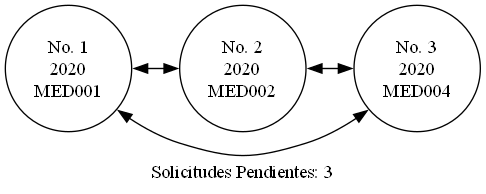
The Graphviz diagram Proyecto1/reporte_solicitudes.png in AndhreGE/EDD_1S2026_PY_202202055, before a commit. Its source is kept beside it as Proyecto1/reporte_solicitudes.dot.
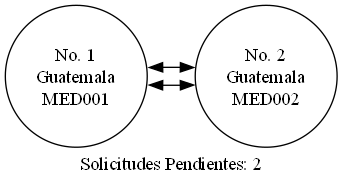
After the commit.

The edit, as a diff of the source:
```diff
@@ -1,11 +1,9 @@
 digraph G {
   rankdir=LR;
   node [shape=circle];
-  label="Solicitudes Pendientes: 3";
-  sol0 [label="No. 1\n2020\nMED001"];
+  label="Solicitudes Pendientes: 2";
+  sol0 [label="No. 1\nGuatemala\nMED001"];
   sol0 -> sol1 [dir=both];
-  sol1 [label="No. 2\n2020\nMED002"];
-  sol1 -> sol2 [dir=both];
-  sol2 [label="No. 3\n2020\nMED004"];
-  sol2 -> sol0 [dir=both, constraint=false];
+  sol1 [label="No. 2\nGuatemala\nMED002"];
+  sol1 -> sol0 [dir=both, constraint=false];
 }
```
